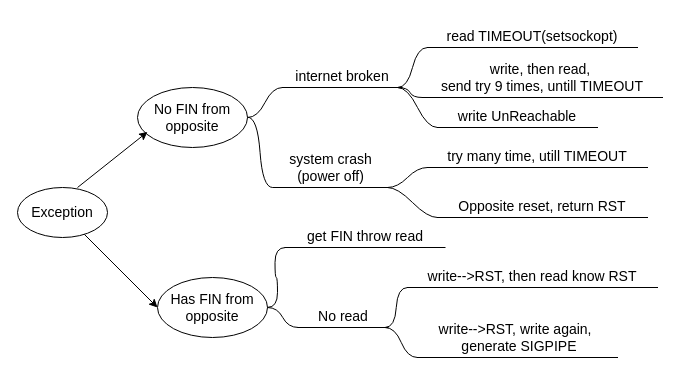
The draw.io diagram cpp/pics/net_ex.drawio in zhaoyan/dev_doc, before the edit. Source tidied: cells renumbered, new cells numbered last; positions are measured from the earlier drawing's top-left corner, leaving out a move shared by most shapes. Both pictures are drawn from the tidied source at 100%, with x=0, y=0 at pixel (17, 17).
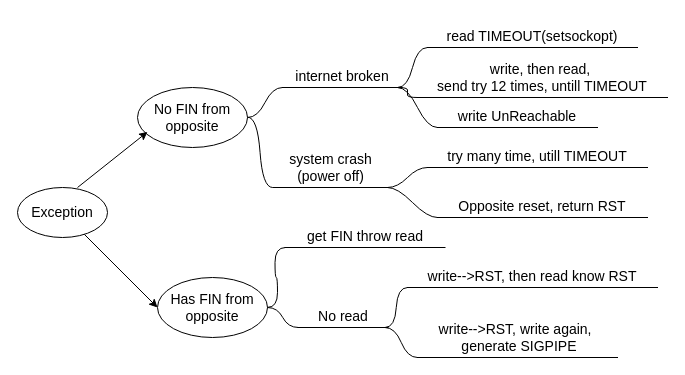
After the change.

The edit, as a diff of the source:
```diff
@@
-    <mxCell id="13" value="write, then read,&amp;nbsp;&lt;div style=&quot;font-size: 14px;&quot;&gt;send try 9 times, untill TIMEOUT&lt;/div&gt;" style="whiteSpace=wrap;html=1;shape=partialRectangle;top=0;left=0;bottom=1;right=0;points=[[0,1],[1,1]];fillColor=none;align=center;verticalAlign=bottom;routingCenterY=0.5;snapToPoint=1;newEdgeStyle={&quot;edgeStyle&quot;:&quot;entityRelationEdgeStyle&quot;,&quot;startArrow&quot;:&quot;none&quot;,&quot;endArrow&quot;:&quot;none&quot;,&quot;segment&quot;:10,&quot;curved&quot;:1,&quot;sourcePerimeterSpacing&quot;:0,&quot;targetPerimeterSpacing&quot;:0};fontSize=14;" parent="1" vertex="1">
-      <mxGeometry x="405" y="30" width="240" height="50" as="geometry" />
+    <mxCell id="13" value="write, then read,&amp;nbsp;&lt;div style=&quot;font-size: 14px;&quot;&gt;send try 12 times, untill TIMEOUT&lt;/div&gt;" style="whiteSpace=wrap;html=1;shape=partialRectangle;top=0;left=0;bottom=1;right=0;points=[[0,1],[1,1]];fillColor=none;align=center;verticalAlign=bottom;routingCenterY=0.5;snapToPoint=1;newEdgeStyle={&quot;edgeStyle&quot;:&quot;entityRelationEdgeStyle&quot;,&quot;startArrow&quot;:&quot;none&quot;,&quot;endArrow&quot;:&quot;none&quot;,&quot;segment&quot;:10,&quot;curved&quot;:1,&quot;sourcePerimeterSpacing&quot;:0,&quot;targetPerimeterSpacing&quot;:0};fontSize=14;" parent="1" vertex="1">
+      <mxGeometry x="400" y="30" width="250" height="50" as="geometry" />
     </mxCell>
```
